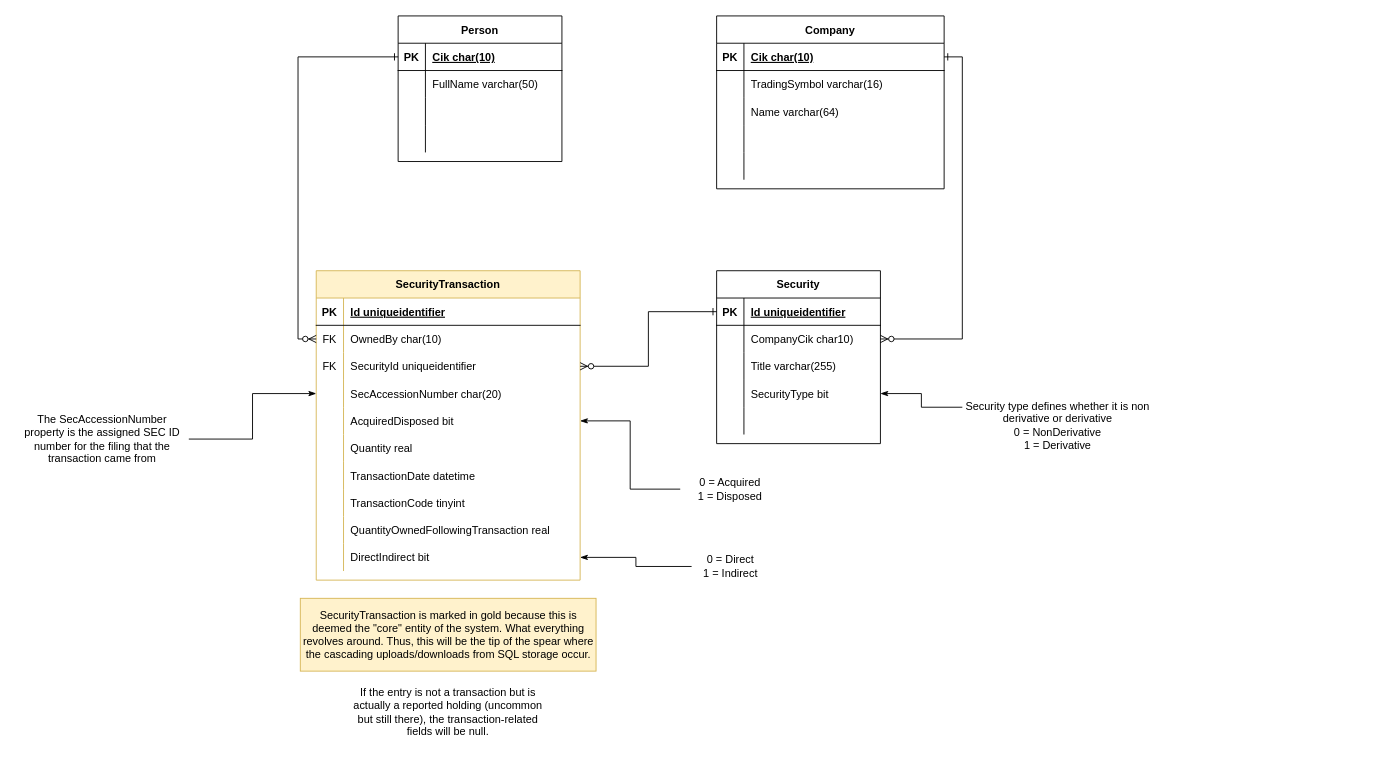
Before: AletheiaErd.drawio in TimHanewich/Aletheia-Engine-Library, a draw.io diagram. Source tidied: cells renumbered, new cells numbered last; positions are measured from the earlier drawing's top-left corner, leaving out a move shared by most shapes. Both pictures are drawn from the tidied source at 91%, with x=0, y=0 at pixel (15, 15).
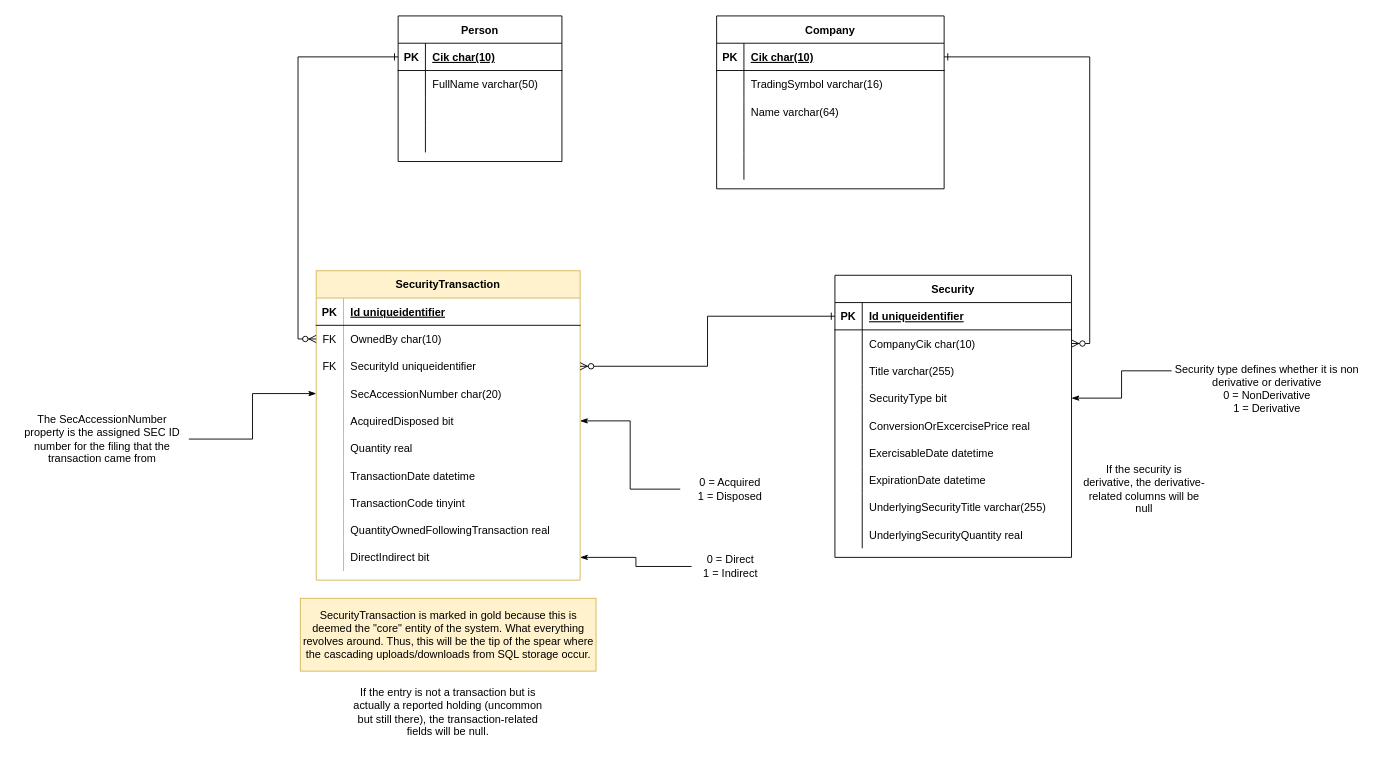
The same diagram, later.

Commit message (it also covers changes not shown here):
Added derivative properties to security

What changed in the source:
```diff
@@
     <mxCell id="31" value="Security" style="shape=table;startSize=30;childLayout=tableLayout;rowLines=0;fontStyle=1;align=center;" parent="1" vertex="1">
-      <mxGeometry x="770" y="280" width="180" height="190" as="geometry" />
+      <mxGeometry x="900" y="285" width="260" height="310" as="geometry" />
     </mxCell>
     <mxCell id="32" style="shape=partialRectangle;fillColor=none;top=0;left=0;bottom=1;right=0;points=[[0,0.5],[1,0.5]];portConstraint=eastwest;" parent="31" vertex="1">
-      <mxGeometry y="30" width="180" height="30" as="geometry" />
+      <mxGeometry y="30" width="260" height="30" as="geometry" />
     </mxCell>
@@
     <mxCell id="34" value="Id uniqueidentifier" style="shape=partialRectangle;fillColor=none;top=0;left=0;bottom=0;right=0;align=left;spacingLeft=6;fontStyle=5;overflow=hidden;" parent="32" vertex="1">
-      <mxGeometry x="30" width="150" height="30" as="geometry" />
+      <mxGeometry x="30" width="230" height="30" as="geometry" />
     </mxCell>
     <mxCell id="35" style="shape=partialRectangle;fillColor=none;top=0;left=0;bottom=0;right=0;points=[[0,0.5],[1,0.5]];portConstraint=eastwest;" parent="31" vertex="1">
-      <mxGeometry y="60" width="180" height="30" as="geometry" />
+      <mxGeometry y="60" width="260" height="30" as="geometry" />
     </mxCell>
@@
-    <mxCell id="37" value="CompanyCik char10)" style="shape=partialRectangle;fillColor=none;top=0;left=0;bottom=0;right=0;align=left;spacingLeft=6;overflow=hidden;" parent="35" vertex="1">
-      <mxGeometry x="30" width="150" height="30" as="geometry" />
+    <mxCell id="37" value="CompanyCik char(10)" style="shape=partialRectangle;fillColor=none;top=0;left=0;bottom=0;right=0;align=left;spacingLeft=6;overflow=hidden;" parent="35" vertex="1">
+      <mxGeometry x="30" width="230" height="30" as="geometry" />
     </mxCell>
     <mxCell id="38" style="shape=partialRectangle;fillColor=none;top=0;left=0;bottom=0;right=0;" parent="31" vertex="1">
-      <mxGeometry y="90" width="180" height="30" as="geometry" />
+      <mxGeometry y="90" width="260" height="30" as="geometry" />
     </mxCell>
@@
     <mxCell id="40" value="Title varchar(255)" style="shape=partialRectangle;fillColor=none;top=0;left=0;bottom=0;right=0;align=left;spacingLeft=6;overflow=hidden;" parent="38" vertex="1">
-      <mxGeometry x="30" width="150" height="30" as="geometry" />
+      <mxGeometry x="30" width="230" height="30" as="geometry" />
     </mxCell>
     <mxCell id="41" style="shape=partialRectangle;fillColor=none;top=0;left=0;bottom=0;right=0;points=[[0,0.5],[1,0.5]];portConstraint=eastwest;" parent="31" vertex="1">
-      <mxGeometry y="120" width="180" height="30" as="geometry" />
+      <mxGeometry y="120" width="260" height="30" as="geometry" />
     </mxCell>
@@
     <mxCell id="43" value="SecurityType bit" style="shape=partialRectangle;fillColor=none;top=0;left=0;bottom=0;right=0;align=left;spacingLeft=6;overflow=hidden;" parent="41" vertex="1">
-      <mxGeometry x="30" width="150" height="30" as="geometry" />
+      <mxGeometry x="30" width="230" height="30" as="geometry" />
     </mxCell>
+    <mxCell id="91" style="shape=partialRectangle;fillColor=none;top=0;left=0;bottom=0;right=0;" parent="31" vertex="1">
+      <mxGeometry y="150" width="260" height="30" as="geometry" />
+    </mxCell>
+    <mxCell id="92" style="shape=partialRectangle;fillColor=none;top=0;left=0;bottom=0;right=0;overflow=hidden;" parent="91" vertex="1">
+      <mxGeometry width="30" height="30" as="geometry" />
+    </mxCell>
+    <mxCell id="93" value="ConversionOrExcercisePrice real" style="shape=partialRectangle;fillColor=none;top=0;left=0;bottom=0;right=0;align=left;spacingLeft=6;overflow=hidden;" parent="91" vertex="1">
+      <mxGeometry x="30" width="230" height="30" as="geometry" />
+    </mxCell>
     <mxCell id="44" style="shape=partialRectangle;fillColor=none;top=0;left=0;bottom=0;right=0;" parent="31" vertex="1">
-      <mxGeometry y="150" width="180" height="30" as="geometry" />
+      <mxGeometry y="180" width="260" height="30" as="geometry" />
     </mxCell>
@@
-    <mxCell id="46" style="shape=partialRectangle;fillColor=none;top=0;left=0;bottom=0;right=0;align=left;spacingLeft=6;overflow=hidden;" parent="44" vertex="1">
-      <mxGeometry x="30" width="150" height="30" as="geometry" />
+    <mxCell id="46" value="ExercisableDate datetime" style="shape=partialRectangle;fillColor=none;top=0;left=0;bottom=0;right=0;align=left;spacingLeft=6;overflow=hidden;" parent="44" vertex="1">
+      <mxGeometry x="30" width="230" height="30" as="geometry" />
     </mxCell>
+    <mxCell id="94" style="shape=partialRectangle;fillColor=none;top=0;left=0;bottom=0;right=0;" parent="31" vertex="1">
+      <mxGeometry y="210" width="260" height="30" as="geometry" />
+    </mxCell>
+    <mxCell id="95" style="shape=partialRectangle;fillColor=none;top=0;left=0;bottom=0;right=0;overflow=hidden;" parent="94" vertex="1">
+      <mxGeometry width="30" height="30" as="geometry" />
+    </mxCell>
+    <mxCell id="96" value="ExpirationDate datetime" style="shape=partialRectangle;fillColor=none;top=0;left=0;bottom=0;right=0;align=left;spacingLeft=6;overflow=hidden;" parent="94" vertex="1">
+      <mxGeometry x="30" width="230" height="30" as="geometry" />
+    </mxCell>
+    <mxCell id="97" style="shape=partialRectangle;fillColor=none;top=0;left=0;bottom=0;right=0;" parent="31" vertex="1">
+      <mxGeometry y="240" width="260" height="30" as="geometry" />
+    </mxCell>
+    <mxCell id="98" style="shape=partialRectangle;fillColor=none;top=0;left=0;bottom=0;right=0;overflow=hidden;" parent="97" vertex="1">
+      <mxGeometry width="30" height="30" as="geometry" />
+    </mxCell>
+    <mxCell id="99" value="UnderlyingSecurityTitle varchar(255)" style="shape=partialRectangle;fillColor=none;top=0;left=0;bottom=0;right=0;align=left;spacingLeft=6;overflow=hidden;" parent="97" vertex="1">
+      <mxGeometry x="30" width="230" height="30" as="geometry" />
+    </mxCell>
+    <mxCell id="100" style="shape=partialRectangle;fillColor=none;top=0;left=0;bottom=0;right=0;" parent="31" vertex="1">
+      <mxGeometry y="270" width="260" height="30" as="geometry" />
+    </mxCell>
+    <mxCell id="101" style="shape=partialRectangle;fillColor=none;top=0;left=0;bottom=0;right=0;overflow=hidden;" parent="100" vertex="1">
+      <mxGeometry width="30" height="30" as="geometry" />
+    </mxCell>
+    <mxCell id="102" value="UnderlyingSecurityQuantity real" style="shape=partialRectangle;fillColor=none;top=0;left=0;bottom=0;right=0;align=left;spacingLeft=6;overflow=hidden;" parent="100" vertex="1">
+      <mxGeometry x="30" width="230" height="30" as="geometry" />
+    </mxCell>
@@
     <mxCell id="82" value="Security type defines whether it is non derivative or derivative&lt;br&gt;0 = NonDerivative&lt;br&gt;1 = Derivative" style="text;html=1;strokeColor=none;fillColor=none;align=center;verticalAlign=middle;whiteSpace=wrap;rounded=0;" parent="1" vertex="1">
-      <mxGeometry x="1040" y="410" width="210" height="80" as="geometry" />
+      <mxGeometry x="1270" y="370" width="210" height="80" as="geometry" />
     </mxCell>
@@
+    <mxCell id="103" value="If the security is derivative, the derivative-related columns will be null" style="text;html=1;strokeColor=none;fillColor=none;align=center;verticalAlign=middle;whiteSpace=wrap;rounded=0;" parent="1" vertex="1">
+      <mxGeometry x="1170" y="480" width="140" height="80" as="geometry" />
+    </mxCell>
```
